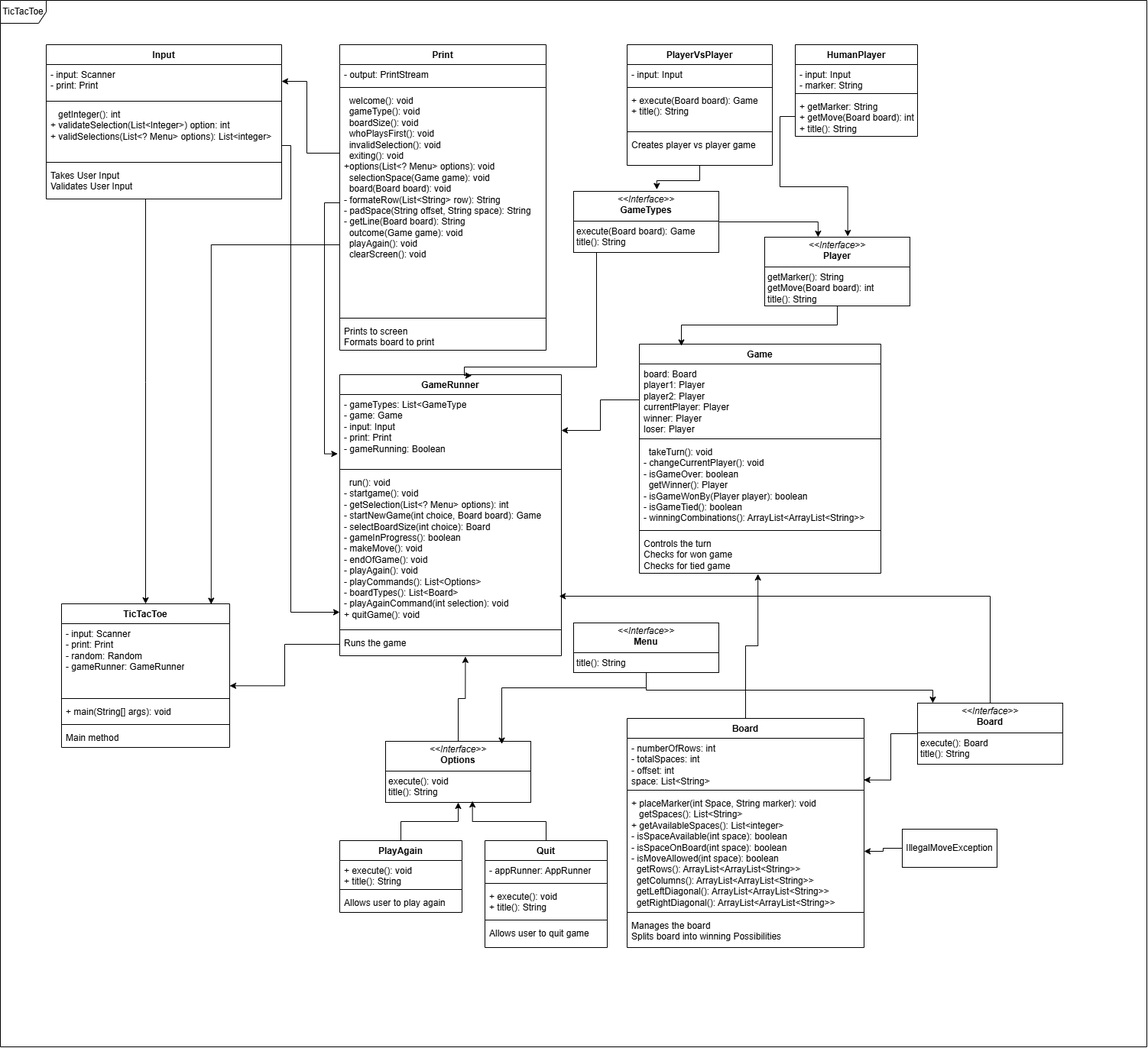
Before: Game Logic Team Files/TicTacToeClassStructuralDiagram.png, a diagram exported from draw.io (kelsierfin/BasicGamingPlatform). Source tidied: cells renumbered, new cells last; positions are measured from the earlier drawing's top-left corner, leaving out a move shared by most shapes.
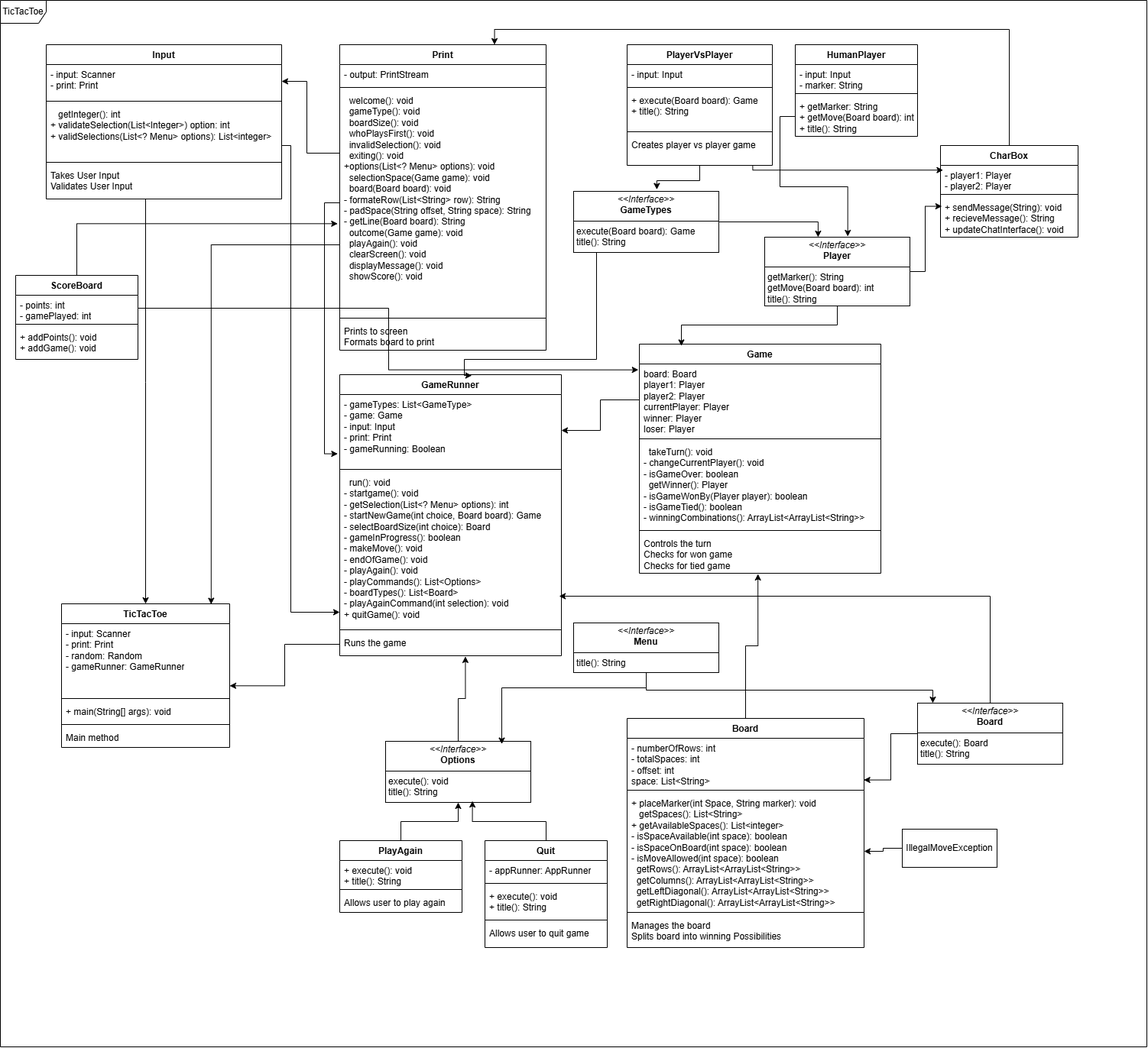
After the change.

Commit message:
Modified Class Structural Diagram with scoreBoard and chatbox

Diff of the diagram source:
```diff
@@ -55,7 +55,7 @@
     <mxCell id="17" style="line;strokeWidth=1;fillColor=none;align=left;verticalAlign=middle;spacingTop=-1;spacingLeft=3;spacingRight=3;labelPosition=right;strokeColor=inherit;" parent="15" vertex="1">
       <mxGeometry y="52" width="270" height="8" as="geometry" />
     </mxCell>
-    <mxCell id="18" value="&amp;nbsp; welcome(): void&lt;div&gt;&amp;nbsp; gameType(): void&lt;/div&gt;&lt;div&gt;&amp;nbsp; boardSize(): void&lt;/div&gt;&lt;div&gt;&amp;nbsp; whoPlaysFirst(): void&lt;/div&gt;&lt;div&gt;&amp;nbsp; invalidSelection(): void&lt;/div&gt;&lt;div&gt;&amp;nbsp; exiting(): void&lt;/div&gt;&lt;div&gt;+options(List&amp;lt;? Menu&amp;gt; options): void&lt;/div&gt;&lt;div&gt;&amp;nbsp; selectionSpace(Game game): void&lt;/div&gt;&lt;div&gt;&amp;nbsp; board(Board board): void&lt;/div&gt;&lt;div&gt;- formateRow(List&amp;lt;String&amp;gt; row): String&lt;/div&gt;&lt;div&gt;- padSpace(String offset, String space): String&lt;/div&gt;&lt;div&gt;- getLine(Board board): String&lt;/div&gt;&lt;div&gt;&amp;nbsp; outcome(Game game): void&lt;/div&gt;&lt;div&gt;&amp;nbsp; playAgain(): void&lt;/div&gt;&lt;div&gt;&amp;nbsp; clearScreen(): void&lt;/div&gt;" style="text;strokeColor=none;fillColor=none;align=left;verticalAlign=top;spacingLeft=4;spacingRight=4;overflow=hidden;points=[[0,0.5],[1,0.5]];portConstraint=eastwest;whiteSpace=wrap;html=1;" parent="15" vertex="1">
+    <mxCell id="18" value="&amp;nbsp; welcome(): void&lt;div&gt;&amp;nbsp; gameType(): void&lt;/div&gt;&lt;div&gt;&amp;nbsp; boardSize(): void&lt;/div&gt;&lt;div&gt;&amp;nbsp; whoPlaysFirst(): void&lt;/div&gt;&lt;div&gt;&amp;nbsp; invalidSelection(): void&lt;/div&gt;&lt;div&gt;&amp;nbsp; exiting(): void&lt;/div&gt;&lt;div&gt;+options(List&amp;lt;? Menu&amp;gt; options): void&lt;/div&gt;&lt;div&gt;&amp;nbsp; selectionSpace(Game game): void&lt;/div&gt;&lt;div&gt;&amp;nbsp; board(Board board): void&lt;/div&gt;&lt;div&gt;- formateRow(List&amp;lt;String&amp;gt; row): String&lt;/div&gt;&lt;div&gt;- padSpace(String offset, String space): String&lt;/div&gt;&lt;div&gt;- getLine(Board board): String&lt;/div&gt;&lt;div&gt;&amp;nbsp; outcome(Game game): void&lt;/div&gt;&lt;div&gt;&amp;nbsp; playAgain(): void&lt;/div&gt;&lt;div&gt;&amp;nbsp; clearScreen(): void&lt;/div&gt;&lt;div&gt;&lt;div&gt;&amp;nbsp; displayMessage(): void&lt;/div&gt;&lt;div&gt;&amp;nbsp; showScore(): void&lt;/div&gt;&lt;/div&gt;" style="text;strokeColor=none;fillColor=none;align=left;verticalAlign=top;spacingLeft=4;spacingRight=4;overflow=hidden;points=[[0,0.5],[1,0.5]];portConstraint=eastwest;whiteSpace=wrap;html=1;" parent="15" vertex="1">
       <mxGeometry y="60" width="270" height="294" as="geometry" />
     </mxCell>
     <mxCell id="19" style="line;strokeWidth=1;fillColor=none;align=left;verticalAlign=middle;spacingTop=-1;spacingLeft=3;spacingRight=3;labelPosition=right;strokeColor=inherit;" parent="15" vertex="1">
@@ -67,7 +67,7 @@
     <mxCell id="21" value="GameRunner" style="swimlane;fontStyle=1;align=center;verticalAlign=top;horizontal=1;startSize=26;whiteSpace=wrap;html=1;" parent="1" vertex="1">
       <mxGeometry x="444" y="490" width="290" height="368" as="geometry" />
     </mxCell>
-    <mxCell id="22" value="- gameTypes: List&amp;lt;GameType&lt;div&gt;- game: Game&lt;/div&gt;&lt;div&gt;- input: Input&lt;/div&gt;&lt;div&gt;- print: Print&lt;/div&gt;&lt;div&gt;- gameRunning: Boolean&lt;/div&gt;" style="text;strokeColor=none;fillColor=none;align=left;verticalAlign=top;spacingLeft=4;spacingRight=4;overflow=hidden;points=[[0,0.5],[1,0.5]];portConstraint=eastwest;whiteSpace=wrap;html=1;" parent="21" vertex="1">
+    <mxCell id="22" value="- gameTypes: List&amp;lt;GameType&amp;gt;&lt;div&gt;- game: Game&lt;/div&gt;&lt;div&gt;- input: Input&lt;/div&gt;&lt;div&gt;- print: Print&lt;/div&gt;&lt;div&gt;- gameRunning: Boolean&lt;/div&gt;" style="text;strokeColor=none;fillColor=none;align=left;verticalAlign=top;spacingLeft=4;spacingRight=4;overflow=hidden;points=[[0,0.5],[1,0.5]];portConstraint=eastwest;whiteSpace=wrap;html=1;" parent="21" vertex="1">
       <mxGeometry y="26" width="290" height="94" as="geometry" />
     </mxCell>
     <mxCell id="23" style="line;strokeWidth=1;fillColor=none;align=left;verticalAlign=middle;spacingTop=-1;spacingLeft=3;spacingRight=3;labelPosition=right;strokeColor=inherit;" parent="21" vertex="1">
@@ -280,8 +280,9 @@
     <mxCell id="83" style="edgeStyle=orthogonalEdgeStyle;rounded=0;jettySize=auto;html=1;entryX=0.596;entryY=0.003;entryDx=0;entryDy=0;entryPerimeter=0;" parent="1" edge="1" source="49" target="21">
       <mxGeometry relative="1" as="geometry">
         <Array as="points">
-          <mxPoint x="780" y="480" />
-          <mxPoint x="607" y="480" />
+          <mxPoint x="780" y="470" />
+          <mxPoint x="607" y="470" />
+          <mxPoint x="607" y="491" />
         </Array>
       </mxGeometry>
     </mxCell>
@@ -296,5 +297,57 @@
     <mxCell id="85" value="TicTacToe" style="shape=umlFrame;whiteSpace=wrap;html=1;" parent="1" vertex="1">
       <mxGeometry width="1500" height="1370" as="geometry" />
     </mxCell>
+    <mxCell id="86" value="ScoreBoard" style="swimlane;fontStyle=1;align=center;verticalAlign=top;horizontal=1;startSize=26;whiteSpace=wrap;html=1;" parent="1" vertex="1">
+      <mxGeometry x="20" y="360" width="160" height="110" as="geometry" />
+    </mxCell>
+    <mxCell id="87" value="- points: int&lt;div&gt;- gamePlayed: int&lt;/div&gt;" style="text;strokeColor=none;fillColor=none;align=left;verticalAlign=top;spacingLeft=4;spacingRight=4;overflow=hidden;points=[[0,0.5],[1,0.5]];portConstraint=eastwest;whiteSpace=wrap;html=1;" parent="86" vertex="1">
+      <mxGeometry y="26" width="160" height="34" as="geometry" />
+    </mxCell>
+    <mxCell id="88" style="line;strokeWidth=1;fillColor=none;align=left;verticalAlign=middle;spacingTop=-1;spacingLeft=3;spacingRight=3;labelPosition=right;strokeColor=inherit;" parent="86" vertex="1">
+      <mxGeometry y="60" width="160" height="8" as="geometry" />
+    </mxCell>
+    <mxCell id="89" value="+ addPoints(): void&lt;div&gt;+ addGame(): void&lt;/div&gt;" style="text;strokeColor=none;fillColor=none;align=left;verticalAlign=top;spacingLeft=4;spacingRight=4;overflow=hidden;whiteSpace=wrap;html=1;" parent="86" vertex="1">
+      <mxGeometry y="68" width="160" height="42" as="geometry" />
+    </mxCell>
+    <mxCell id="90" style="edgeStyle=orthogonalEdgeStyle;rounded=0;jettySize=auto;html=1;entryX=-0.004;entryY=0.082;entryDx=0;entryDy=0;entryPerimeter=0;" parent="1" edge="1" source="87" target="28">
+      <mxGeometry relative="1" as="geometry" />
+    </mxCell>
+    <mxCell id="91" style="edgeStyle=orthogonalEdgeStyle;rounded=0;jettySize=auto;html=1;entryX=-0.01;entryY=0.593;entryDx=0;entryDy=0;entryPerimeter=0;" parent="1" edge="1" source="86" target="18">
+      <mxGeometry relative="1" as="geometry">
+        <Array as="points">
+          <mxPoint x="100" y="292" />
+        </Array>
+      </mxGeometry>
+    </mxCell>
+    <mxCell id="92" style="edgeStyle=orthogonalEdgeStyle;rounded=0;jettySize=auto;html=1;entryX=0.75;entryY=0;entryDx=0;entryDy=0;" parent="1" edge="1" source="93" target="15">
+      <mxGeometry relative="1" as="geometry">
+        <Array as="points">
+          <mxPoint x="1320" y="38" />
+          <mxPoint x="647" y="38" />
+        </Array>
+      </mxGeometry>
+    </mxCell>
+    <mxCell id="93" value="CharBox" style="swimlane;fontStyle=1;align=center;verticalAlign=top;horizontal=1;startSize=26;whiteSpace=wrap;html=1;" parent="1" vertex="1">
+      <mxGeometry x="1230" y="190" width="180" height="120" as="geometry" />
+    </mxCell>
+    <mxCell id="94" value="- player1: Player&lt;div&gt;- player2: Player&lt;/div&gt;" style="text;strokeColor=none;fillColor=none;align=left;verticalAlign=top;spacingLeft=4;spacingRight=4;overflow=hidden;points=[[0,0.5],[1,0.5]];portConstraint=eastwest;whiteSpace=wrap;html=1;" parent="93" vertex="1">
+      <mxGeometry y="26" width="180" height="34" as="geometry" />
+    </mxCell>
+    <mxCell id="95" style="line;strokeWidth=1;fillColor=none;align=left;verticalAlign=middle;spacingTop=-1;spacingLeft=3;spacingRight=3;labelPosition=right;strokeColor=inherit;" parent="93" vertex="1">
+      <mxGeometry y="60" width="180" height="8" as="geometry" />
+    </mxCell>
+    <mxCell id="96" value="+ sendMessage(String): void&lt;div&gt;+ recieveMessage(): String&lt;/div&gt;&lt;div&gt;+ updateChatInterface(): void&lt;/div&gt;" style="text;strokeColor=none;fillColor=none;align=left;verticalAlign=top;spacingLeft=4;spacingRight=4;overflow=hidden;points=[[0,0.5],[1,0.5]];portConstraint=eastwest;whiteSpace=wrap;html=1;" parent="93" vertex="1">
+      <mxGeometry y="68" width="180" height="52" as="geometry" />
+    </mxCell>
+    <mxCell id="97" style="edgeStyle=orthogonalEdgeStyle;rounded=0;jettySize=auto;html=1;entryX=0.019;entryY=0.182;entryDx=0;entryDy=0;entryPerimeter=0;exitX=0.865;exitY=0.988;exitDx=0;exitDy=0;exitPerimeter=0;" parent="1" edge="1" source="38" target="94">
+      <mxGeometry relative="1" as="geometry">
+        <Array as="points">
+          <mxPoint x="984" y="222" />
+        </Array>
+      </mxGeometry>
+    </mxCell>
+    <mxCell id="98" style="edgeStyle=orthogonalEdgeStyle;rounded=0;jettySize=auto;html=1;entryX=0.01;entryY=0.223;entryDx=0;entryDy=0;entryPerimeter=0;" parent="1" edge="1" source="39" target="96">
+      <mxGeometry relative="1" as="geometry" />
+    </mxCell>
   </root>
 </mxGraphModel>
```
